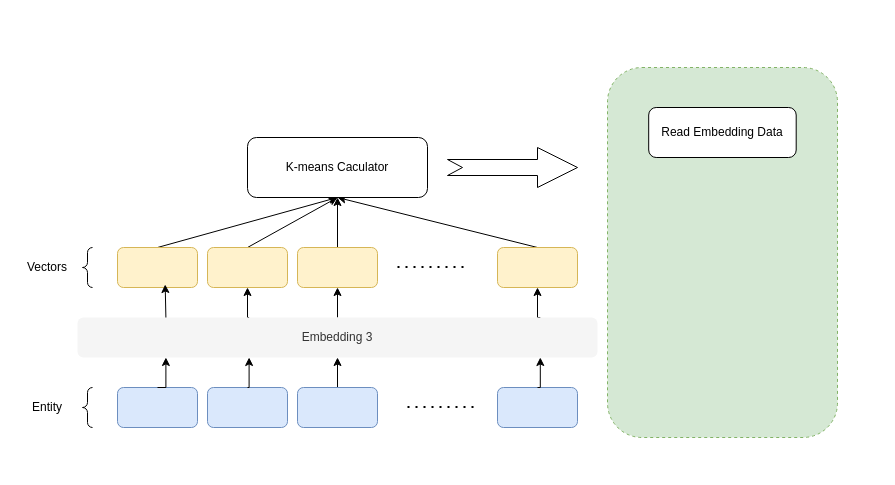
Earlier version of the draw.io diagram k-means.drawio (yizhezhixing/yizhezhixing). Source tidied: cells renumbered, new cells numbered last; positions are measured from the earlier drawing's top-left corner, leaving out a move shared by most shapes. Both pictures are drawn from the tidied source at 100%, with x=0, y=0 at pixel (17, 67).
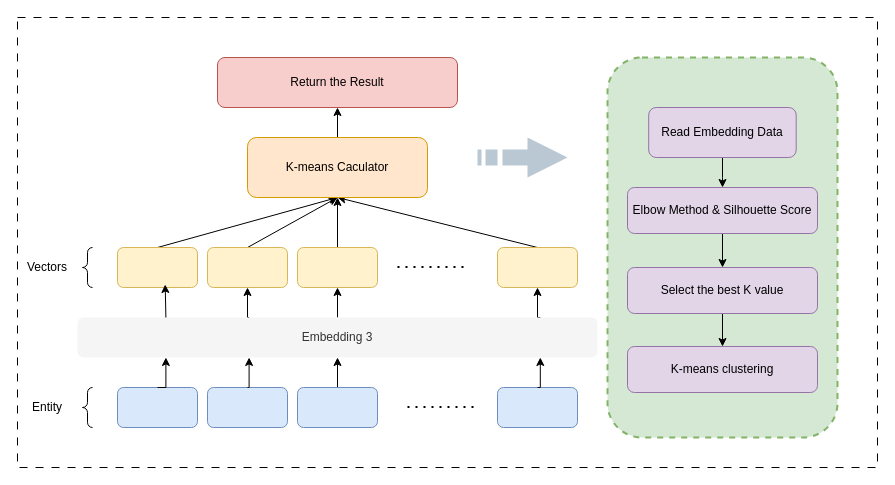
The same page after the edit.

What changed in the source:
```diff
@@
+    <mxCell id="33" style="rounded=0;whiteSpace=wrap;html=1;dashed=1;dashPattern=8 8;" parent="1" vertex="1">
+      <mxGeometry y="-50" width="860" height="450" as="geometry" />
+    </mxCell>
@@
+    <mxCell id="34" style="edgeStyle=orthogonalEdgeStyle;rounded=0;jettySize=auto;html=1;" parent="1" edge="1" source="29" target="41">
+      <mxGeometry relative="1" as="geometry" />
+    </mxCell>
-    <mxCell id="29" value="K-means Caculator" style="rounded=1;whiteSpace=wrap;html=1;" parent="1" vertex="1">
+    <mxCell id="29" value="K-means Caculator" style="rounded=1;whiteSpace=wrap;html=1;fillColor=#ffe6cc;strokeColor=#d79b00;" parent="1" vertex="1">
       <mxGeometry x="230" y="70" width="180" height="60" as="geometry" />
     </mxCell>
-    <mxCell id="30" style="rounded=1;whiteSpace=wrap;html=1;dashed=1;fillColor=#d5e8d4;strokeColor=#82b366;" parent="1" vertex="1">
-      <mxGeometry x="590" width="230" height="370" as="geometry" />
+    <mxCell id="30" style="rounded=1;whiteSpace=wrap;html=1;dashed=1;fillColor=#d5e8d4;strokeColor=#82b366;strokeWidth=2;" parent="1" vertex="1">
+      <mxGeometry x="590" y="-10" width="230" height="380" as="geometry" />
     </mxCell>
-    <mxCell id="31" style="html=1;shadow=0;dashed=0;align=center;verticalAlign=middle;shape=mxgraph.arrows2.arrow;dy=0.6;dx=40;notch=15;" parent="1" vertex="1">
-      <mxGeometry x="430" y="80" width="130" height="40" as="geometry" />
-    </mxCell>
+    <mxCell id="35" style="edgeStyle=orthogonalEdgeStyle;rounded=0;jettySize=auto;html=1;" parent="1" edge="1" source="32" target="37">
+      <mxGeometry relative="1" as="geometry" />
+    </mxCell>
-    <mxCell id="32" value="Read Embedding Data" style="rounded=1;whiteSpace=wrap;html=1;" parent="1" vertex="1">
+    <mxCell id="32" value="Read Embedding Data" style="rounded=1;whiteSpace=wrap;html=1;fillColor=#e1d5e7;strokeColor=#9673a6;" parent="1" vertex="1">
       <mxGeometry x="631.2" y="40" width="147.5" height="50" as="geometry" />
     </mxCell>
+    <mxCell id="36" style="edgeStyle=orthogonalEdgeStyle;rounded=0;jettySize=auto;html=1;" parent="1" edge="1" source="37" target="39">
+      <mxGeometry relative="1" as="geometry" />
+    </mxCell>
+    <mxCell id="37" value="Elbow Method &amp;amp; Silhouette Score" style="rounded=1;whiteSpace=wrap;html=1;fillColor=#e1d5e7;strokeColor=#9673a6;" parent="1" vertex="1">
+      <mxGeometry x="610" y="120" width="190" height="46" as="geometry" />
+    </mxCell>
+    <mxCell id="38" style="edgeStyle=orthogonalEdgeStyle;rounded=0;jettySize=auto;html=1;" parent="1" edge="1" source="39" target="40">
+      <mxGeometry relative="1" as="geometry" />
+    </mxCell>
+    <mxCell id="39" value="Select the best K value" style="rounded=1;whiteSpace=wrap;html=1;fillColor=#e1d5e7;strokeColor=#9673a6;" parent="1" vertex="1">
+      <mxGeometry x="610" y="200" width="190" height="46" as="geometry" />
+    </mxCell>
+    <mxCell id="40" value="K-means clustering" style="rounded=1;whiteSpace=wrap;html=1;fillColor=#e1d5e7;strokeColor=#9673a6;" parent="1" vertex="1">
+      <mxGeometry x="610" y="279" width="190" height="46" as="geometry" />
+    </mxCell>
+    <mxCell id="41" value="Return the Result" style="rounded=1;whiteSpace=wrap;html=1;fillColor=#f8cecc;strokeColor=#b85450;" parent="1" vertex="1">
+      <mxGeometry x="200" y="-10" width="240" height="50" as="geometry" />
+    </mxCell>
+    <mxCell id="42" style="html=1;shadow=0;dashed=0;align=center;verticalAlign=middle;shape=mxgraph.arrows2.stripedArrow;dy=0.6;dx=40;notch=25;fillColor=#bac8d3;strokeColor=none;" parent="1" vertex="1">
+      <mxGeometry x="460" y="70" width="90" height="40" as="geometry" />
+    </mxCell>
```
